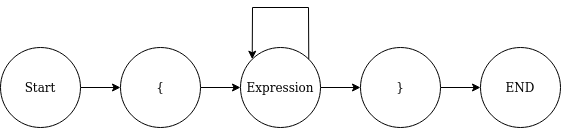
The draw.io diagram images/parser/rubigo_body_parser_fsm.png in Blinningjr/rubigo-lang, before a commit. Source tidied: cells renumbered, new cells last; positions are measured from the earlier drawing's top-left corner, leaving out a move shared by most shapes.
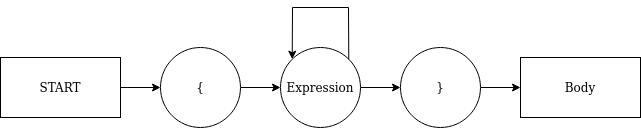
Above is the later version.

What changed in the source:
```diff
@@ -8,27 +8,21 @@
     <mxCell id="3" value="{" style="ellipse;whiteSpace=wrap;html=1;" parent="1" vertex="1">
       <mxGeometry x="120" y="40" width="80" height="80" as="geometry" />
     </mxCell>
-    <mxCell id="4" style="edgeStyle=orthogonalEdgeStyle;rounded=0;jettySize=auto;html=1;exitX=1;exitY=0.5;exitDx=0;exitDy=0;entryX=0;entryY=0.5;entryDx=0;entryDy=0;" parent="1" edge="1" source="5" target="3">
+    <mxCell id="4" style="edgeStyle=orthogonalEdgeStyle;rounded=0;jettySize=auto;html=1;entryX=0;entryY=0.5;entryDx=0;entryDy=0;" parent="1" edge="1" source="12" target="3">
       <mxGeometry relative="1" as="geometry" />
     </mxCell>
-    <mxCell id="5" value="Start" style="ellipse;whiteSpace=wrap;html=1;" parent="1" vertex="1">
-      <mxGeometry y="40" width="80" height="80" as="geometry" />
-    </mxCell>
     <mxCell id="6" style="edgeStyle=orthogonalEdgeStyle;rounded=0;jettySize=auto;html=1;exitX=1;exitY=0.5;exitDx=0;exitDy=0;entryX=0;entryY=0.5;entryDx=0;entryDy=0;" parent="1" edge="1" source="7" target="9">
       <mxGeometry relative="1" as="geometry" />
     </mxCell>
     <mxCell id="7" value="Expression" style="ellipse;whiteSpace=wrap;html=1;" parent="1" vertex="1">
       <mxGeometry x="240" y="40" width="80" height="80" as="geometry" />
     </mxCell>
-    <mxCell id="8" style="edgeStyle=orthogonalEdgeStyle;rounded=0;jettySize=auto;html=1;exitX=1;exitY=0.5;exitDx=0;exitDy=0;entryX=0;entryY=0.5;entryDx=0;entryDy=0;" parent="1" edge="1" source="9" target="10">
+    <mxCell id="8" style="edgeStyle=orthogonalEdgeStyle;rounded=0;jettySize=auto;html=1;exitX=1;exitY=0.5;exitDx=0;exitDy=0;" parent="1" edge="1" source="9" target="13">
       <mxGeometry relative="1" as="geometry" />
     </mxCell>
     <mxCell id="9" value="}" style="ellipse;whiteSpace=wrap;html=1;" parent="1" vertex="1">
       <mxGeometry x="360" y="40" width="80" height="80" as="geometry" />
     </mxCell>
-    <mxCell id="10" value="END" style="ellipse;whiteSpace=wrap;html=1;" parent="1" vertex="1">
-      <mxGeometry x="480" y="40" width="80" height="80" as="geometry" />
-    </mxCell>
     <mxCell id="11" style="rounded=0;orthogonalLoop=1;jettySize=auto;html=1;exitX=1;exitY=0;exitDx=0;exitDy=0;entryX=0;entryY=0;entryDx=0;entryDy=0;" parent="1" edge="1" source="7" target="7">
       <mxGeometry relative="1" as="geometry">
         <Array as="points">
@@ -37,5 +31,11 @@
         </Array>
       </mxGeometry>
     </mxCell>
+    <mxCell id="12" value="START" style="rounded=0;whiteSpace=wrap;html=1;" parent="1" vertex="1">
+      <mxGeometry x="-40" y="50" width="120" height="60" as="geometry" />
+    </mxCell>
+    <mxCell id="13" value="Body" style="rounded=0;whiteSpace=wrap;html=1;" parent="1" vertex="1">
+      <mxGeometry x="480" y="50" width="120" height="60" as="geometry" />
+    </mxCell>
   </root>
 </mxGraphModel>
```
